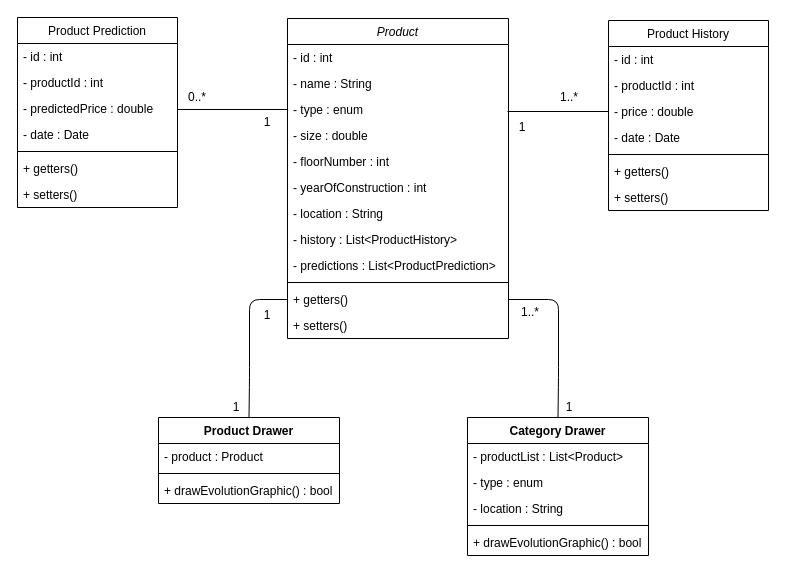
Before: Diagrams/Archive/java_class_diagram.drawio in Marcel1123/price-monitoring, a draw.io diagram. Source tidied: cells renumbered, new cells numbered last; positions are measured from the earlier drawing's top-left corner, leaving out a move shared by most shapes. Both pictures are drawn from the tidied source at 100%, with x=0, y=0 at pixel (17, 17).
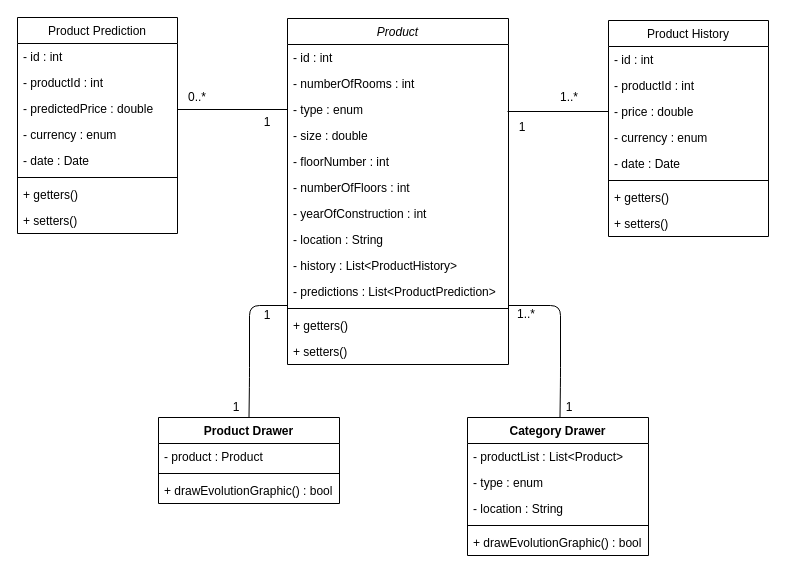
The same diagram, later.

The change refers to these unchanged cells:
```xml
<mxCell id="35" value="Product Drawer" style="swimlane;fontStyle=1;align=center;verticalAlign=top;horizontal=1;startSize=26;" parent="1" vertex="1">
  <mxGeometry x="141" y="400" width="181" height="86" as="geometry" />
</mxCell>
<mxCell id="43" value="Category Drawer" style="swimlane;fontStyle=1;align=center;verticalAlign=top;horizontal=1;startSize=26;" parent="1" vertex="1">
  <mxGeometry x="450" y="400" width="181" height="138" as="geometry" />
</mxCell>
<mxCell id="51" value="1" style="text;html=1;strokeColor=none;fillColor=none;align=center;verticalAlign=middle;whiteSpace=wrap;rounded=0;" parent="1" vertex="1">
  <mxGeometry x="230" y="288" width="40" height="20" as="geometry" />
</mxCell>
```

Diff of the diagram source:
```diff
@@
     <mxCell id="2" value="Product" style="swimlane;fontStyle=2;align=center;verticalAlign=top;horizontal=1;startSize=26;rounded=0;shadow=0;strokeWidth=1;" parent="1" vertex="1">
-      <mxGeometry x="270" y="1" width="221" height="320" as="geometry" />
+      <mxGeometry x="270" y="1" width="221" height="346" as="geometry" />
     </mxCell>
@@
-    <mxCell id="4" value="- name : String" style="text;align=left;verticalAlign=top;spacingLeft=4;spacingRight=4;overflow=hidden;" parent="2" vertex="1">
+    <mxCell id="4" value="- numberOfRooms : int" style="text;align=left;verticalAlign=top;spacingLeft=4;spacingRight=4;overflow=hidden;" parent="2" vertex="1">
       <mxGeometry y="52" width="221" height="26" as="geometry" />
     </mxCell>
@@
+    <mxCell id="53" value="- numberOfFloors : int" style="text;align=left;verticalAlign=top;spacingLeft=4;spacingRight=4;overflow=hidden;" parent="2" vertex="1">
+      <mxGeometry y="156" width="221" height="26" as="geometry" />
+    </mxCell>
     <mxCell id="8" value="- yearOfConstruction : int" style="text;align=left;verticalAlign=top;spacingLeft=4;spacingRight=4;overflow=hidden;rounded=0;shadow=0;html=0;" parent="2" vertex="1">
-      <mxGeometry y="156" width="221" height="26" as="geometry" />
+      <mxGeometry y="182" width="221" height="26" as="geometry" />
     </mxCell>
     <mxCell id="9" value="- location : String" style="text;align=left;verticalAlign=top;spacingLeft=4;spacingRight=4;overflow=hidden;rounded=0;shadow=0;html=0;" parent="2" vertex="1">
-      <mxGeometry y="182" width="221" height="26" as="geometry" />
+      <mxGeometry y="208" width="221" height="26" as="geometry" />
     </mxCell>
     <mxCell id="10" value="- history : List&lt;ProductHistory&gt;" style="text;align=left;verticalAlign=top;spacingLeft=4;spacingRight=4;overflow=hidden;rounded=0;shadow=0;html=0;" parent="2" vertex="1">
-      <mxGeometry y="208" width="221" height="26" as="geometry" />
+      <mxGeometry y="234" width="221" height="26" as="geometry" />
     </mxCell>
     <mxCell id="11" value="- predictions : List&lt;ProductPrediction&gt;" style="text;align=left;verticalAlign=top;spacingLeft=4;spacingRight=4;overflow=hidden;rounded=0;shadow=0;html=0;" parent="2" vertex="1">
-      <mxGeometry y="234" width="221" height="26" as="geometry" />
+      <mxGeometry y="260" width="221" height="26" as="geometry" />
     </mxCell>
     <mxCell id="12" style="line;html=1;strokeWidth=1;align=left;verticalAlign=middle;spacingTop=-1;spacingLeft=3;spacingRight=3;labelPosition=right;" parent="2" vertex="1">
-      <mxGeometry y="260" width="221" height="8" as="geometry" />
+      <mxGeometry y="286" width="221" height="8" as="geometry" />
     </mxCell>
     <mxCell id="13" value="+ getters()" style="text;align=left;verticalAlign=top;spacingLeft=4;spacingRight=4;overflow=hidden;points=[[0,0.5],[1,0.5]];portConstraint=eastwest;" parent="2" vertex="1">
-      <mxGeometry y="268" width="221" height="26" as="geometry" />
+      <mxGeometry y="294" width="221" height="26" as="geometry" />
     </mxCell>
     <mxCell id="14" value="+ setters()" style="text;align=left;verticalAlign=top;spacingLeft=4;spacingRight=4;overflow=hidden;" parent="2" vertex="1">
-      <mxGeometry y="294" width="221" height="26" as="geometry" />
+      <mxGeometry y="320" width="221" height="26" as="geometry" />
     </mxCell>
     <mxCell id="15" value="Product History" style="swimlane;fontStyle=0;align=center;verticalAlign=top;horizontal=1;startSize=26;rounded=0;shadow=0;strokeWidth=1;" parent="1" vertex="1">
-      <mxGeometry x="591" y="3" width="160" height="190" as="geometry" />
+      <mxGeometry x="591" y="3" width="160" height="216" as="geometry" />
     </mxCell>
@@
+    <mxCell id="54" value="- currency : enum" style="text;align=left;verticalAlign=top;spacingLeft=4;spacingRight=4;overflow=hidden;rounded=0;shadow=0;html=0;" parent="15" vertex="1">
+      <mxGeometry y="104" width="160" height="26" as="geometry" />
+    </mxCell>
     <mxCell id="19" value="- date : Date" style="text;align=left;verticalAlign=top;spacingLeft=4;spacingRight=4;overflow=hidden;rounded=0;shadow=0;html=0;" parent="15" vertex="1">
-      <mxGeometry y="104" width="160" height="26" as="geometry" />
+      <mxGeometry y="130" width="160" height="26" as="geometry" />
     </mxCell>
     <mxCell id="20" style="line;html=1;strokeWidth=1;align=left;verticalAlign=middle;spacingTop=-1;spacingLeft=3;spacingRight=3;labelPosition=right;" parent="15" vertex="1">
-      <mxGeometry y="130" width="160" height="8" as="geometry" />
+      <mxGeometry y="156" width="160" height="8" as="geometry" />
     </mxCell>
     <mxCell id="21" value="+ getters()" style="text;align=left;verticalAlign=top;spacingLeft=4;spacingRight=4;overflow=hidden;" parent="15" vertex="1">
-      <mxGeometry y="138" width="160" height="26" as="geometry" />
+      <mxGeometry y="164" width="160" height="26" as="geometry" />
     </mxCell>
     <mxCell id="22" value="+ setters()" style="text;align=left;verticalAlign=top;spacingLeft=4;spacingRight=4;overflow=hidden;" parent="15" vertex="1">
-      <mxGeometry y="164" width="160" height="26" as="geometry" />
+      <mxGeometry y="190" width="160" height="26" as="geometry" />
     </mxCell>
@@
     <mxCell id="25" value="Product Prediction" style="swimlane;fontStyle=0;align=center;verticalAlign=top;horizontal=1;startSize=26;rounded=0;shadow=0;strokeWidth=1;" parent="1" vertex="1">
-      <mxGeometry width="160" height="190" as="geometry" />
+      <mxGeometry width="160" height="216" as="geometry" />
     </mxCell>
@@
+    <mxCell id="55" value="- currency : enum" style="text;align=left;verticalAlign=top;spacingLeft=4;spacingRight=4;overflow=hidden;rounded=0;shadow=0;html=0;" parent="25" vertex="1">
+      <mxGeometry y="104" width="160" height="26" as="geometry" />
+    </mxCell>
     <mxCell id="29" value="- date : Date" style="text;align=left;verticalAlign=top;spacingLeft=4;spacingRight=4;overflow=hidden;rounded=0;shadow=0;html=0;" parent="25" vertex="1">
-      <mxGeometry y="104" width="160" height="26" as="geometry" />
+      <mxGeometry y="130" width="160" height="26" as="geometry" />
     </mxCell>
     <mxCell id="30" style="line;html=1;strokeWidth=1;align=left;verticalAlign=middle;spacingTop=-1;spacingLeft=3;spacingRight=3;labelPosition=right;" parent="25" vertex="1">
-      <mxGeometry y="130" width="160" height="8" as="geometry" />
+      <mxGeometry y="156" width="160" height="8" as="geometry" />
     </mxCell>
     <mxCell id="31" value="+ getters()" style="text;align=left;verticalAlign=top;spacingLeft=4;spacingRight=4;overflow=hidden;" parent="25" vertex="1">
-      <mxGeometry y="138" width="160" height="26" as="geometry" />
+      <mxGeometry y="164" width="160" height="26" as="geometry" />
     </mxCell>
     <mxCell id="32" value="+ setters()" style="text;align=left;verticalAlign=top;spacingLeft=4;spacingRight=4;overflow=hidden;" parent="25" vertex="1">
-      <mxGeometry y="164" width="160" height="26" as="geometry" />
+      <mxGeometry y="190" width="160" height="26" as="geometry" />
     </mxCell>
@@
-    <mxCell id="41" style="endArrow=none;html=1;exitX=0.5;exitY=0;exitDx=0;exitDy=0;entryX=0;entryY=0.5;entryDx=0;entryDy=0;" parent="1" edge="1" source="35" target="13">
+    <mxCell id="41" style="endArrow=none;html=1;exitX=0.5;exitY=0;exitDx=0;exitDy=0;entryX=1;entryY=0;entryDx=0;entryDy=0;" parent="1" edge="1" source="35" target="51">
       <mxGeometry relative="1" as="geometry">
         <Array as="points">
           <mxPoint x="232" y="360" />
-          <mxPoint x="232" y="282" />
+          <mxPoint x="232" y="288" />
         </Array>
       </mxGeometry>
     </mxCell>
@@
-    <mxCell id="49" style="endArrow=none;html=1;exitX=0.5;exitY=0;exitDx=0;exitDy=0;entryX=1;entryY=0.5;entryDx=0;entryDy=0;" parent="1" edge="1" source="43" target="13">
+    <mxCell id="49" style="endArrow=none;html=1;exitX=0.5;exitY=0;exitDx=0;exitDy=0;entryX=0.991;entryY=0.125;entryDx=0;entryDy=0;entryPerimeter=0;" parent="1" edge="1">
       <mxGeometry relative="1" as="geometry">
+        <mxPoint x="542.5" y="400" as="sourcePoint" />
+        <mxPoint x="491" y="288" as="targetPoint" />
         <Array as="points">
-          <mxPoint x="541" y="360" />
-          <mxPoint x="541" y="282" />
+          <mxPoint x="543" y="360" />
+          <mxPoint x="543" y="288" />
         </Array>
       </mxGeometry>
     </mxCell>
@@
     <mxCell id="52" value="1..*" style="text;html=1;strokeColor=none;fillColor=none;align=center;verticalAlign=middle;whiteSpace=wrap;rounded=0;" parent="1" vertex="1">
-      <mxGeometry x="493" y="285" width="40" height="20" as="geometry" />
+      <mxGeometry x="489" y="287" width="40" height="20" as="geometry" />
     </mxCell>
```
